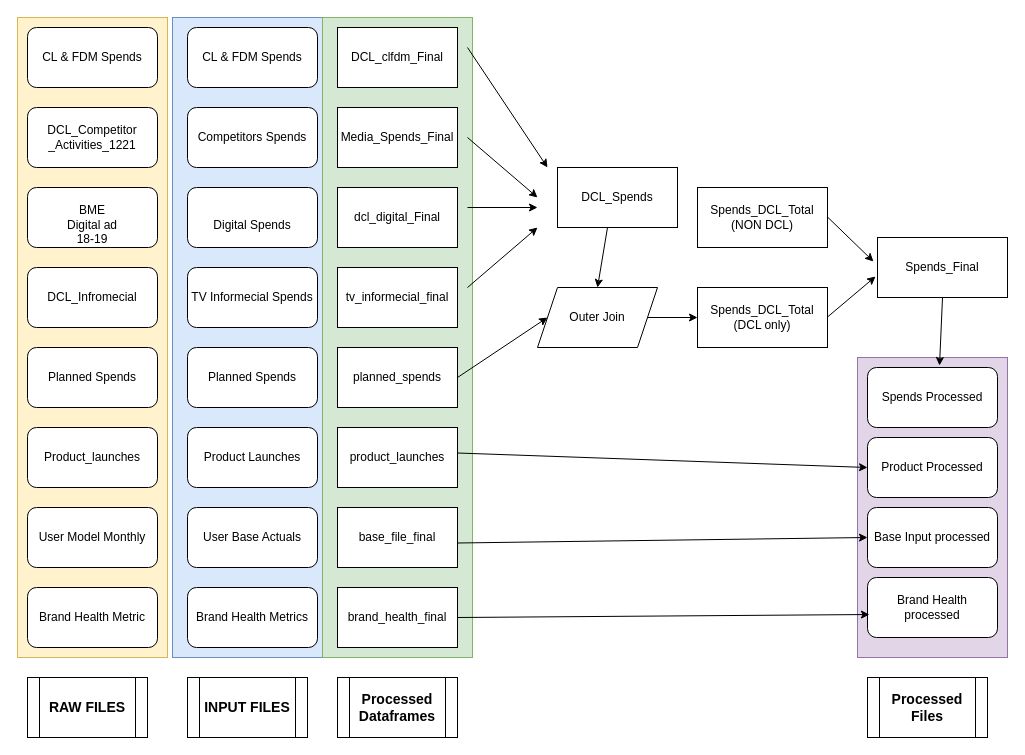
Before: Processing flow.drawio in generalrushi/DataSCience, a draw.io diagram. Source tidied: cells renumbered, new cells numbered last; positions are measured from the earlier drawing's top-left corner, leaving out a move shared by most shapes. Both pictures are drawn from the tidied source at 100%, with x=0, y=0 at pixel (17, 17).
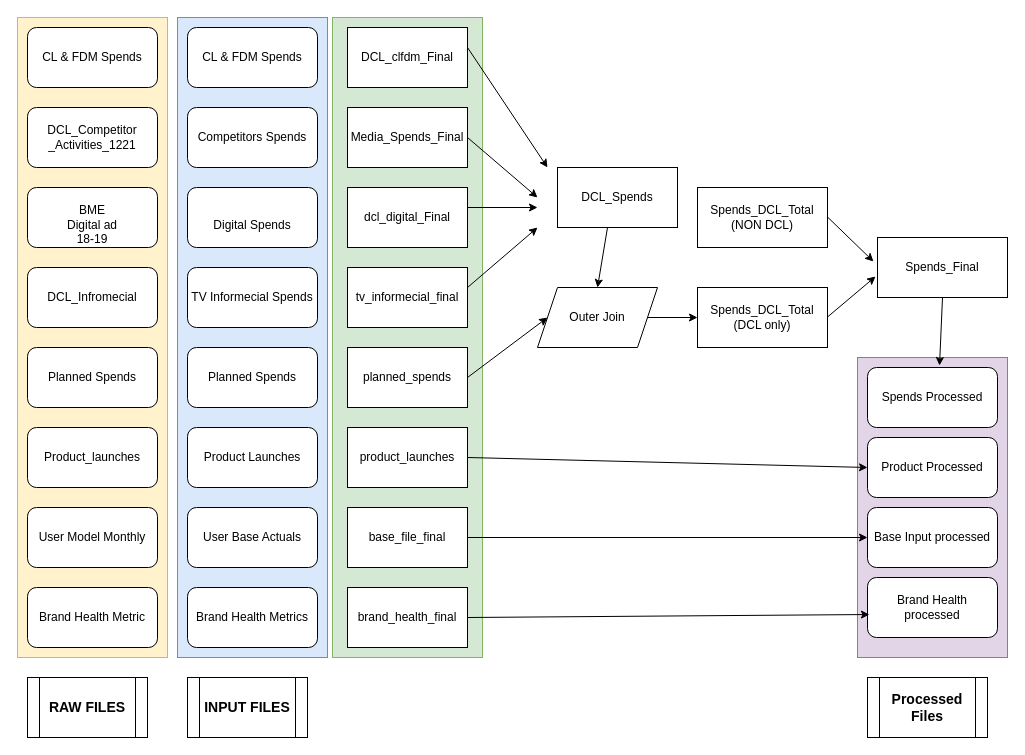
Above is the later version.

The change refers to these unchanged cells:
```xml
<mxCell id="48" value="Base Input processed" style="rounded=1;whiteSpace=wrap;html=1;" parent="1" vertex="1">
  <mxGeometry x="850" y="490" width="130" height="60" as="geometry" />
</mxCell>
<mxCell id="49" value="Product Processed" style="rounded=1;whiteSpace=wrap;html=1;" parent="1" vertex="1">
  <mxGeometry x="850" y="420" width="130" height="60" as="geometry" />
</mxCell>
<mxCell id="50" value="Brand Health processed" style="rounded=1;whiteSpace=wrap;html=1;" parent="1" vertex="1">
  <mxGeometry x="850" y="560" width="130" height="60" as="geometry" />
</mxCell>
```

Change to the diagram source:
```diff
@@
     <mxCell id="3" style="rounded=0;whiteSpace=wrap;html=1;fillColor=#dae8fc;strokeColor=#6c8ebf;" parent="1" vertex="1">
-      <mxGeometry x="155" width="150" height="640" as="geometry" />
+      <mxGeometry x="160" width="150" height="640" as="geometry" />
     </mxCell>
     <mxCell id="4" style="rounded=0;whiteSpace=wrap;html=1;fillColor=#d5e8d4;strokeColor=#82b366;" parent="1" vertex="1">
-      <mxGeometry x="305" width="150" height="640" as="geometry" />
+      <mxGeometry x="315" width="150" height="640" as="geometry" />
     </mxCell>
@@
     <mxCell id="36" value="base_file_final" style="rounded=0;whiteSpace=wrap;html=1;" parent="1" vertex="1">
-      <mxGeometry x="320" y="490" width="120" height="60" as="geometry" />
+      <mxGeometry x="330" y="490" width="120" height="60" as="geometry" />
     </mxCell>
     <mxCell id="37" value="Media_Spends_Final" style="rounded=0;whiteSpace=wrap;html=1;" parent="1" vertex="1">
-      <mxGeometry x="320" y="90" width="120" height="60" as="geometry" />
+      <mxGeometry x="330" y="90" width="120" height="60" as="geometry" />
     </mxCell>
     <mxCell id="38" value="DCL_clfdm_Final" style="rounded=0;whiteSpace=wrap;html=1;" parent="1" vertex="1">
-      <mxGeometry x="320" y="10" width="120" height="60" as="geometry" />
+      <mxGeometry x="330" y="10" width="120" height="60" as="geometry" />
     </mxCell>
     <mxCell id="39" value="planned_spends" style="rounded=0;whiteSpace=wrap;html=1;" parent="1" vertex="1">
-      <mxGeometry x="320" y="330" width="120" height="60" as="geometry" />
+      <mxGeometry x="330" y="330" width="120" height="60" as="geometry" />
     </mxCell>
     <mxCell id="40" value="tv_informecial_final" style="rounded=0;whiteSpace=wrap;html=1;" parent="1" vertex="1">
-      <mxGeometry x="320" y="250" width="120" height="60" as="geometry" />
+      <mxGeometry x="330" y="250" width="120" height="60" as="geometry" />
     </mxCell>
     <mxCell id="41" value="dcl_digital_Final" style="rounded=0;whiteSpace=wrap;html=1;" parent="1" vertex="1">
-      <mxGeometry x="320" y="170" width="120" height="60" as="geometry" />
+      <mxGeometry x="330" y="170" width="120" height="60" as="geometry" />
     </mxCell>
     <mxCell id="42" value="product_launches" style="rounded=0;whiteSpace=wrap;html=1;" parent="1" vertex="1">
-      <mxGeometry x="320" y="410" width="120" height="60" as="geometry" />
+      <mxGeometry x="330" y="410" width="120" height="60" as="geometry" />
     </mxCell>
     <mxCell id="43" value="brand_health_final" style="rounded=0;whiteSpace=wrap;html=1;" parent="1" vertex="1">
-      <mxGeometry x="320" y="570" width="120" height="60" as="geometry" />
+      <mxGeometry x="330" y="570" width="120" height="60" as="geometry" />
     </mxCell>
@@
-    <mxCell id="46" value="&lt;span style=&quot;font-size: 14px&quot;&gt;&lt;b&gt;Processed Dataframes&lt;/b&gt;&lt;/span&gt;" style="shape=process;whiteSpace=wrap;html=1;backgroundOutline=1;" parent="1" vertex="1">
-      <mxGeometry x="320" y="660" width="120" height="60" as="geometry" />
-    </mxCell>
@@
-    <mxCell id="53" style="endArrow=classic;html=1;rounded=0;entryX=0;entryY=0.5;entryDx=0;entryDy=0;" parent="1" edge="1" target="48">
-      <mxGeometry relative="1" as="geometry">
-        <mxPoint x="440" y="525.5" as="sourcePoint" />
-      </mxGeometry>
+    <mxCell id="53" style="endArrow=classic;html=1;rounded=0;entryX=0;entryY=0.5;entryDx=0;entryDy=0;exitX=1;exitY=0.5;exitDx=0;exitDy=0;" parent="1" edge="1" source="36" target="48">
+      <mxGeometry relative="1" as="geometry" />
     </mxCell>
-    <mxCell id="54" style="endArrow=classic;html=1;rounded=0;entryX=0.015;entryY=0.617;entryDx=0;entryDy=0;entryPerimeter=0;" parent="1" edge="1" target="50">
-      <mxGeometry relative="1" as="geometry">
-        <mxPoint x="440" y="600" as="sourcePoint" />
-      </mxGeometry>
+    <mxCell id="54" style="endArrow=classic;html=1;rounded=0;entryX=0.015;entryY=0.617;entryDx=0;entryDy=0;entryPerimeter=0;exitX=1;exitY=0.5;exitDx=0;exitDy=0;" parent="1" edge="1" source="43" target="50">
+      <mxGeometry relative="1" as="geometry" />
     </mxCell>
-    <mxCell id="55" style="endArrow=classic;html=1;rounded=0;entryX=0;entryY=0.5;entryDx=0;entryDy=0;" parent="1" edge="1" target="49">
-      <mxGeometry relative="1" as="geometry">
-        <mxPoint x="440" y="435.5" as="sourcePoint" />
-      </mxGeometry>
+    <mxCell id="55" style="endArrow=classic;html=1;rounded=0;entryX=0;entryY=0.5;entryDx=0;entryDy=0;exitX=1;exitY=0.5;exitDx=0;exitDy=0;" parent="1" edge="1" source="42" target="49">
+      <mxGeometry relative="1" as="geometry" />
     </mxCell>
```
